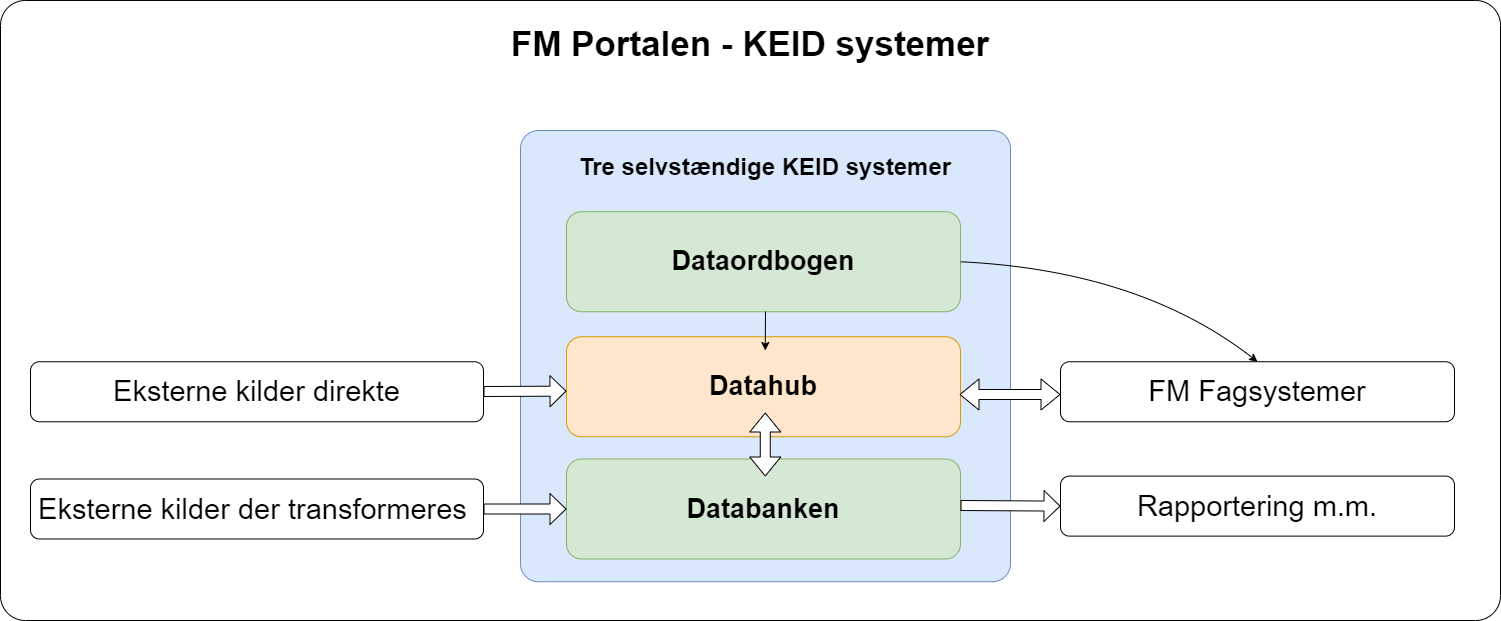
FMDatahub/Documentation keeps this draw.io diagram as SystemOverblik.png. Above is the earlier version. Source tidied: cells renumbered, new cells last; positions are measured from the earlier drawing's top-left corner, leaving out a move shared by most shapes. The source it was exported from:
```xml
<mxGraphModel>
  <root>
    <mxCell id="0" />
    <mxCell id="1" parent="0" />
    <mxCell id="2" value="&lt;h1&gt;&lt;span&gt;&lt;font style=&quot;font-size: 35px&quot;&gt;FM Portalen - KEID systemer&lt;/font&gt;&lt;/span&gt;&lt;br&gt;&lt;/h1&gt;" style="rounded=1;whiteSpace=wrap;html=1;labelBackgroundColor=none;align=center;verticalAlign=top;arcSize=4;" parent="1" vertex="1">
      <mxGeometry width="1500" height="620" as="geometry" />
    </mxCell>
    <mxCell id="3" value="&lt;h1&gt;Tre selvstændige KEID systemer&lt;/h1&gt;" style="rounded=1;whiteSpace=wrap;html=1;labelBackgroundColor=none;align=center;verticalAlign=top;arcSize=4;fillColor=#dae8fc;strokeColor=#6c8ebf;" parent="1" vertex="1">
      <mxGeometry x="520" y="130" width="490" height="451.2" as="geometry" />
    </mxCell>
    <mxCell id="4" value="&lt;b style=&quot;font-size: 27px&quot;&gt;Dataordbogen&lt;/b&gt;" style="rounded=1;whiteSpace=wrap;html=1;fontSize=27;align=center;fillColor=#d5e8d4;strokeColor=#82b366;" parent="1" vertex="1">
      <mxGeometry x="566" y="211.2" width="394" height="100" as="geometry" />
    </mxCell>
    <mxCell id="5" value="&lt;b style=&quot;font-size: 27px&quot;&gt;Datahub&lt;/b&gt;" style="rounded=1;whiteSpace=wrap;html=1;fontSize=27;align=center;fillColor=#ffe6cc;strokeColor=#d79b00;" parent="1" vertex="1">
      <mxGeometry x="566" y="336.2" width="394" height="100" as="geometry" />
    </mxCell>
    <mxCell id="6" value="&lt;b style=&quot;font-size: 27px&quot;&gt;Databanken&lt;/b&gt;" style="rounded=1;whiteSpace=wrap;html=1;fontSize=27;align=center;fillColor=#d5e8d4;strokeColor=#82b366;" parent="1" vertex="1">
      <mxGeometry x="566" y="458.5" width="394" height="100" as="geometry" />
    </mxCell>
    <mxCell id="7" style="shape=flexArrow;endArrow=classic;startArrow=classic;html=1;gradientColor=none;endSize=6;startSize=6;fillColor=#ffffff;" parent="1" edge="1">
      <mxGeometry relative="1" as="geometry">
        <mxPoint x="764.8" y="476" as="sourcePoint" />
        <mxPoint x="764.8" y="412" as="targetPoint" />
      </mxGeometry>
    </mxCell>
    <mxCell id="8" value="Eksterne kilder der transformeres&amp;nbsp;" style="rounded=1;whiteSpace=wrap;html=1;fontSize=29;align=center;" parent="1" vertex="1">
      <mxGeometry x="30" y="478.5" width="453" height="60" as="geometry" />
    </mxCell>
    <mxCell id="9" style="shape=flexArrow;endArrow=classic;html=1;fontSize=29;exitX=1;exitY=0.5;exitDx=0;exitDy=0;entryX=0;entryY=0.5;entryDx=0;entryDy=0;startSize=3;endSize=5;fillColor=#ffffff;" parent="1" edge="1" source="8" target="6">
      <mxGeometry relative="1" as="geometry" />
    </mxCell>
    <mxCell id="10" value="FM Fagsystemer" style="rounded=1;whiteSpace=wrap;html=1;fontSize=29;align=center;" parent="1" vertex="1">
      <mxGeometry x="1060" y="361.2" width="394" height="60" as="geometry" />
    </mxCell>
    <mxCell id="11" style="shape=flexArrow;endArrow=classic;html=1;fontSize=29;startSize=6;endSize=6;startArrow=block;fillColor=#ffffff;" parent="1" edge="1">
      <mxGeometry relative="1" as="geometry">
        <mxPoint x="1060" y="394" as="sourcePoint" />
        <mxPoint x="959" y="394" as="targetPoint" />
      </mxGeometry>
    </mxCell>
    <mxCell id="12" value="Eksterne kilder direkte" style="rounded=1;whiteSpace=wrap;html=1;fontSize=29;align=center;" parent="1" vertex="1">
      <mxGeometry x="30" y="361.2" width="453" height="60" as="geometry" />
    </mxCell>
    <mxCell id="13" style="shape=flexArrow;endArrow=classic;html=1;fontSize=29;entryX=0;entryY=0.5;entryDx=0;entryDy=0;startSize=3;endSize=5;fillColor=#FFFFFF;" parent="1" edge="1">
      <mxGeometry relative="1" as="geometry">
        <mxPoint x="483" y="391" as="sourcePoint" />
        <mxPoint x="566" y="390.6" as="targetPoint" />
      </mxGeometry>
    </mxCell>
    <mxCell id="14" style="curved=1;endArrow=classic;html=1;fillColor=#191919;fontSize=29;entryX=0.5;entryY=0;entryDx=0;entryDy=0;exitX=1;exitY=0.5;exitDx=0;exitDy=0;" parent="1" edge="1" source="4" target="10">
      <mxGeometry relative="1" as="geometry">
        <Array as="points">
          <mxPoint x="1140" y="270" />
        </Array>
      </mxGeometry>
    </mxCell>
    <mxCell id="15" style="endArrow=classic;html=1;fillColor=#191919;fontSize=29;" parent="1" edge="1">
      <mxGeometry relative="1" as="geometry">
        <mxPoint x="765" y="311" as="sourcePoint" />
        <mxPoint x="764.8" y="350" as="targetPoint" />
      </mxGeometry>
    </mxCell>
    <mxCell id="16" value="Rapportering m.m." style="rounded=1;whiteSpace=wrap;html=1;fontSize=29;align=center;" parent="1" vertex="1">
      <mxGeometry x="1060" y="475.6" width="394" height="60" as="geometry" />
    </mxCell>
    <mxCell id="17" style="shape=flexArrow;endArrow=classic;html=1;fontSize=29;exitX=1;exitY=0.5;exitDx=0;exitDy=0;entryX=0;entryY=0.5;entryDx=0;entryDy=0;startSize=3;endSize=5;fillColor=#ffffff;" parent="1" edge="1" target="16">
      <mxGeometry relative="1" as="geometry">
        <mxPoint x="960" y="505" as="sourcePoint" />
      </mxGeometry>
    </mxCell>
  </root>
</mxGraphModel>
```
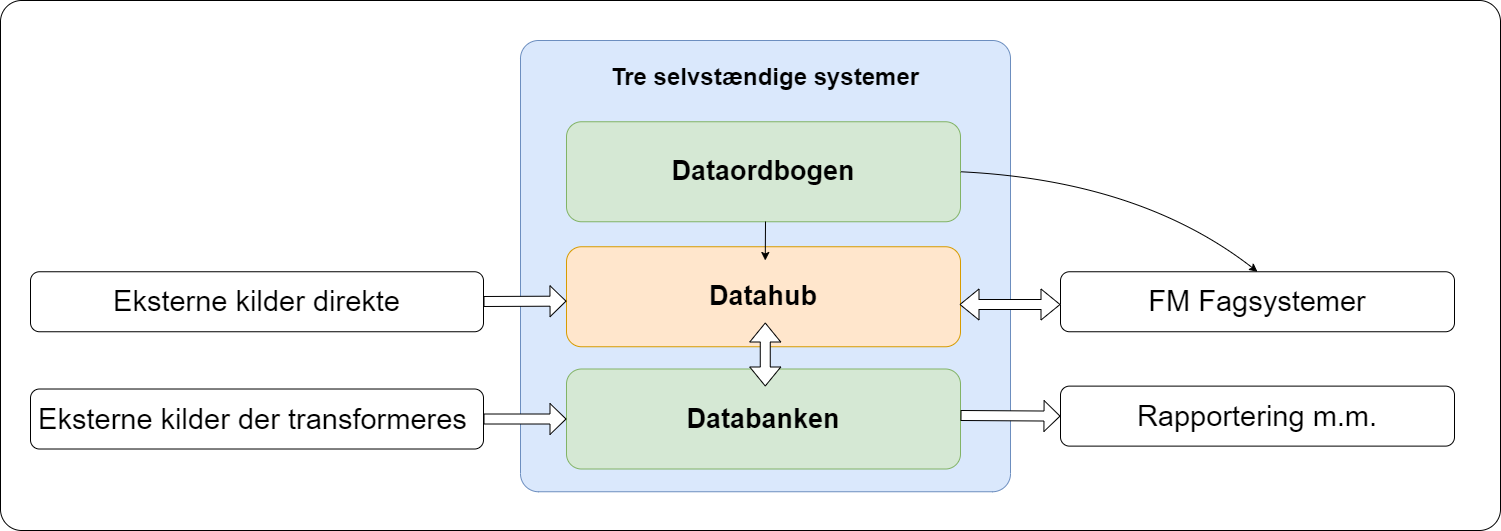
The same diagram one commit later.

What changed in the source:
```diff
@@ -2,10 +2,10 @@
   <root>
     <mxCell id="0" />
     <mxCell id="1" parent="0" />
-    <mxCell id="2" value="&lt;h1&gt;&lt;span&gt;&lt;font style=&quot;font-size: 35px&quot;&gt;FM Portalen - KEID systemer&lt;/font&gt;&lt;/span&gt;&lt;br&gt;&lt;/h1&gt;" style="rounded=1;whiteSpace=wrap;html=1;labelBackgroundColor=none;align=center;verticalAlign=top;arcSize=4;" parent="1" vertex="1">
-      <mxGeometry width="1500" height="620" as="geometry" />
+    <mxCell id="2" style="rounded=1;whiteSpace=wrap;html=1;labelBackgroundColor=none;align=center;verticalAlign=top;arcSize=4;" parent="1" vertex="1">
+      <mxGeometry y="90" width="1500" height="530" as="geometry" />
     </mxCell>
-    <mxCell id="3" value="&lt;h1&gt;Tre selvstændige KEID systemer&lt;/h1&gt;" style="rounded=1;whiteSpace=wrap;html=1;labelBackgroundColor=none;align=center;verticalAlign=top;arcSize=4;fillColor=#dae8fc;strokeColor=#6c8ebf;" parent="1" vertex="1">
+    <mxCell id="3" value="&lt;h1&gt;Tre selvstændige systemer&lt;/h1&gt;" style="rounded=1;whiteSpace=wrap;html=1;labelBackgroundColor=none;align=center;verticalAlign=top;arcSize=4;fillColor=#dae8fc;strokeColor=#6c8ebf;" parent="1" vertex="1">
       <mxGeometry x="520" y="130" width="490" height="451.2" as="geometry" />
     </mxCell>
     <mxCell id="4" value="&lt;b style=&quot;font-size: 27px&quot;&gt;Dataordbogen&lt;/b&gt;" style="rounded=1;whiteSpace=wrap;html=1;fontSize=27;align=center;fillColor=#d5e8d4;strokeColor=#82b366;" parent="1" vertex="1">
```
